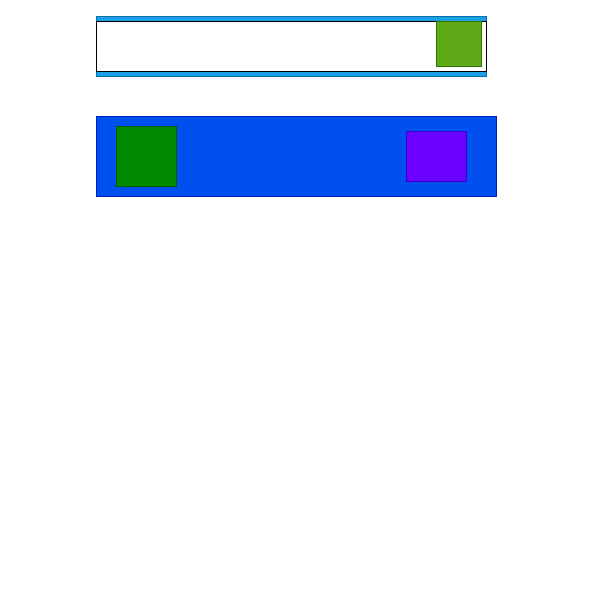
This is client/plano.drawio from santiagoweb212/Pi_Dogs_ultimate, a draw.io file, before an edit. Source tidied: cells renumbered, new cells numbered last; positions are measured from the earlier drawing's top-left corner, leaving out a move shared by most shapes. Both pictures are drawn from the tidied source at 100%, with x=0, y=0 at pixel (96, 16).
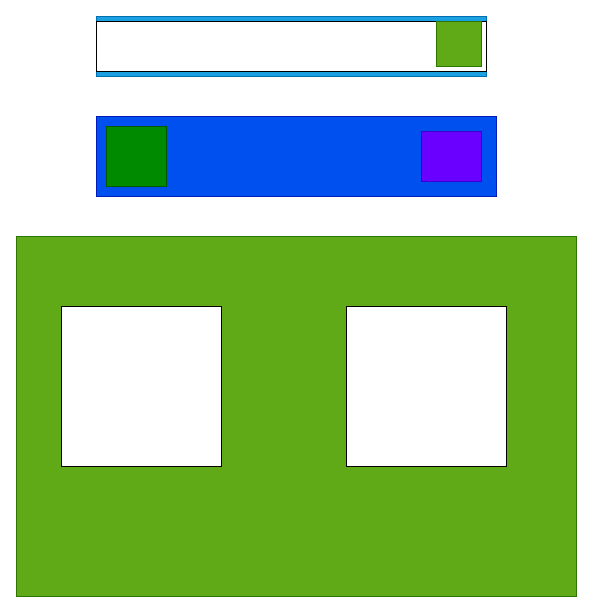
The same page after the edit.

Change to the diagram source:
```diff
@@
 <mxGraphModel>
   <root>
     <mxCell id="0" />
     <mxCell id="1" parent="0" />
     <mxCell id="2" style="rounded=0;whiteSpace=wrap;html=1;fillColor=#1ba1e2;fontColor=#ffffff;strokeColor=#006EAF;" parent="1" vertex="1">
       <mxGeometry width="390" height="60" as="geometry" />
     </mxCell>
     <mxCell id="3" style="rounded=0;whiteSpace=wrap;html=1;" parent="1" vertex="1">
       <mxGeometry y="5" width="390" height="50" as="geometry" />
     </mxCell>
     <mxCell id="4" style="whiteSpace=wrap;html=1;fillColor=#60a917;fontColor=#ffffff;strokeColor=#2D7600;" parent="1" vertex="1">
       <mxGeometry x="340" y="5" width="45" height="45" as="geometry" />
     </mxCell>
     <mxCell id="5" style="rounded=0;whiteSpace=wrap;html=1;fillColor=#0050ef;fontColor=#ffffff;strokeColor=#001DBC;" parent="1" vertex="1">
       <mxGeometry y="100" width="400" height="80" as="geometry" />
     </mxCell>
     <mxCell id="6" style="whiteSpace=wrap;html=1;fillColor=#008a00;fontColor=#ffffff;strokeColor=#005700;" parent="1" vertex="1">
-      <mxGeometry x="20" y="110" width="60" height="60" as="geometry" />
+      <mxGeometry x="10" y="110" width="60" height="60" as="geometry" />
     </mxCell>
     <mxCell id="7" style="rounded=0;whiteSpace=wrap;html=1;fillColor=#6a00ff;fontColor=#ffffff;strokeColor=#3700CC;" parent="1" vertex="1">
-      <mxGeometry x="310" y="115" width="60" height="50" as="geometry" />
+      <mxGeometry x="325" y="115" width="60" height="50" as="geometry" />
     </mxCell>
+    <mxCell id="8" style="rounded=0;whiteSpace=wrap;html=1;fillColor=#60a917;fontColor=#ffffff;strokeColor=#2D7600;" parent="1" vertex="1">
+      <mxGeometry x="-80" y="220" width="560" height="360" as="geometry" />
+    </mxCell>
+    <mxCell id="9" style="whiteSpace=wrap;html=1;" parent="1" vertex="1">
+      <mxGeometry x="-35" y="290" width="160" height="160" as="geometry" />
+    </mxCell>
+    <mxCell id="10" style="whiteSpace=wrap;html=1;" parent="1" vertex="1">
+      <mxGeometry x="250" y="290" width="160" height="160" as="geometry" />
+    </mxCell>
   </root>
 </mxGraphModel>
```
